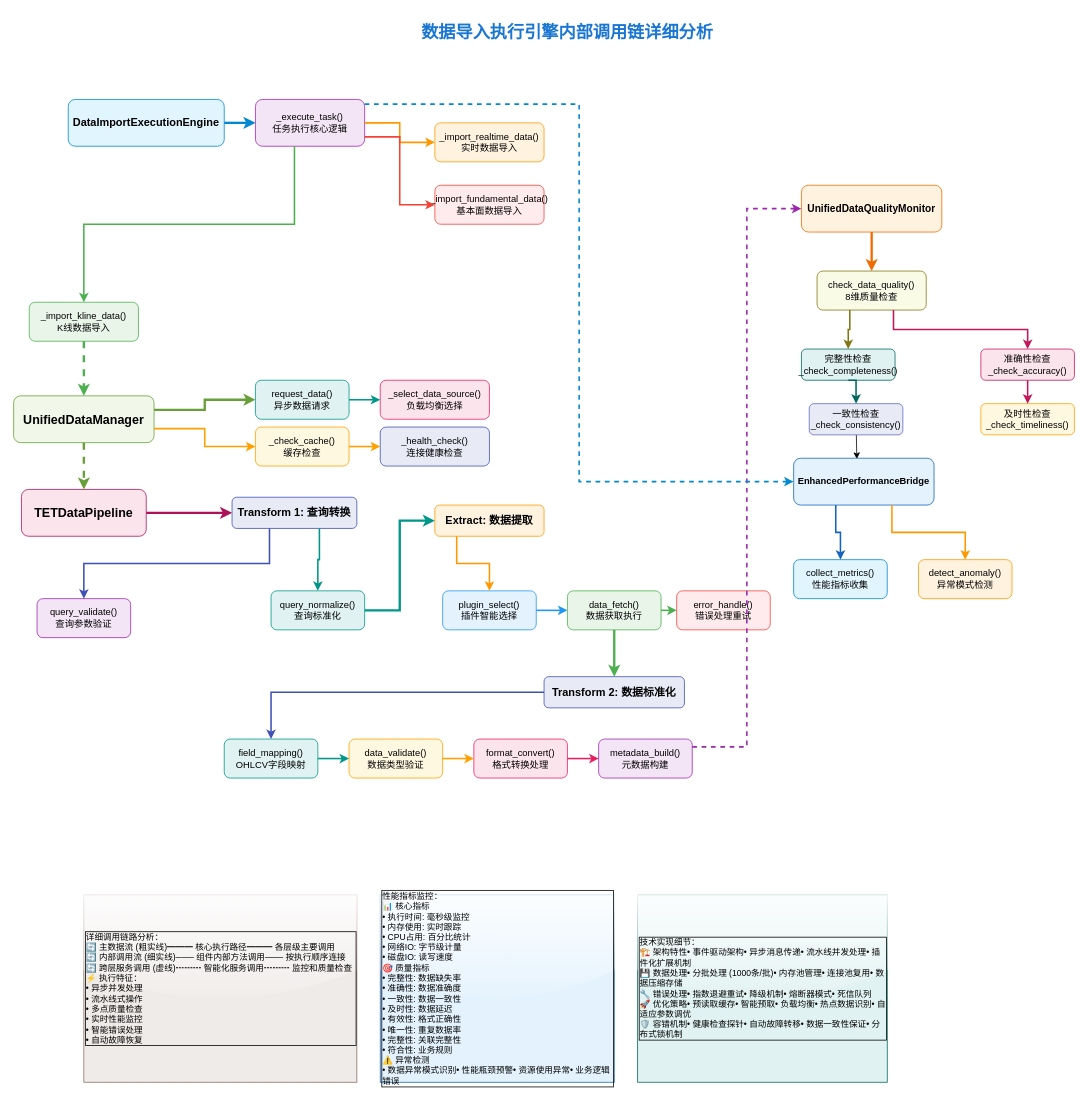
Before: page "修正版调用链分析" (3 of 4) of drawio/DuckDB_TET_Framework_Architecture.drawio in kzqq092-png/houta, a draw.io diagram. Source tidied: cells renumbered, new cells numbered last; positions are measured from the earlier drawing's top-left corner, leaving out a move shared by most shapes. Both pictures are drawn from the tidied source at 78%, with x=0, y=0 at pixel (13, 13).
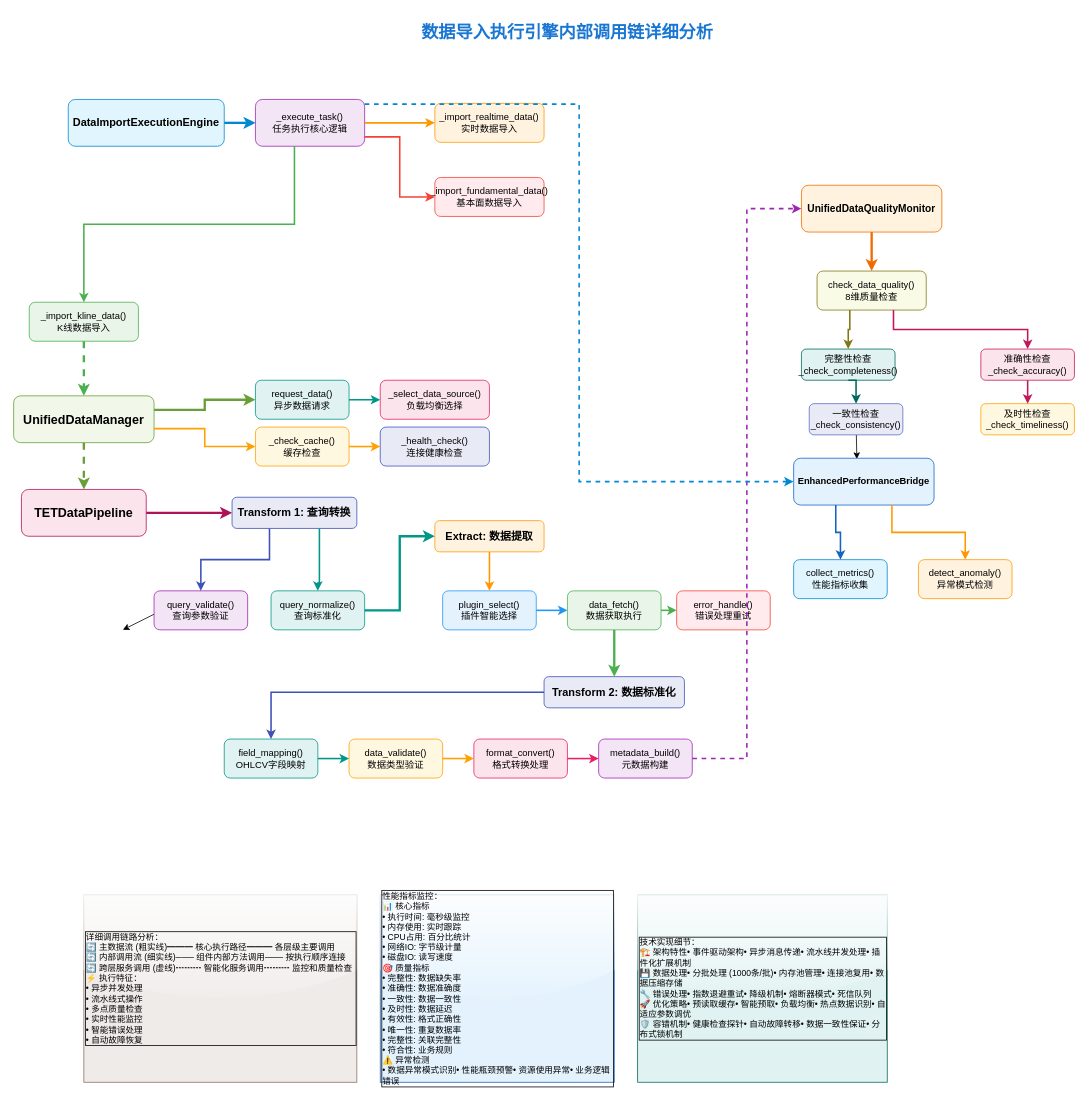
The same diagram, later.

The change refers to these unchanged cells:
```xml
<mxCell id="14" value="Transform 1: 查询转换" style="rounded=1;whiteSpace=wrap;html=1;fillColor=#e8eaf6;strokeColor=#3f51b5;fontColor=#000000;fontSize=14;fontStyle=1;" parent="1" vertex="1">
  <mxGeometry x="280" y="620" width="160" height="40" as="geometry" />
</mxCell>
<mxCell id="17" value="query_normalize()&#10;查询标准化" style="rounded=1;whiteSpace=wrap;html=1;fillColor=#e0f2f1;strokeColor=#009688;fontColor=#000000;" parent="1" vertex="1">
  <mxGeometry x="330" y="740" width="120" height="50" as="geometry" />
</mxCell>
<mxCell id="19" value="plugin_select()&#10;插件智能选择" style="rounded=1;whiteSpace=wrap;html=1;fillColor=#e3f2fd;strokeColor=#2196f3;fontColor=#000000;" parent="1" vertex="1">
  <mxGeometry x="550" y="740" width="120" height="50" as="geometry" />
</mxCell>
<mxCell id="26" value="metadata_build()&#10;元数据构建" style="rounded=1;whiteSpace=wrap;html=1;fillColor=#f3e5f5;strokeColor=#9c27b0;fontColor=#000000;" parent="1" vertex="1">
  <mxGeometry x="750" y="930" width="120" height="50" as="geometry" />
</mxCell>
<mxCell id="27" value="UnifiedDataQualityMonitor" style="rounded=1;whiteSpace=wrap;html=1;fillColor=#fff3e0;strokeColor=#ef6c00;fontColor=#000000;fontSize=13;fontStyle=1;" parent="1" vertex="1">
  <mxGeometry x="1010" y="220" width="180" height="60" as="geometry" />
</mxCell>
```

Change to the diagram source:
```diff
@@
     <mxCell id="6" value="_import_realtime_data()&#10;实时数据导入" style="rounded=1;whiteSpace=wrap;html=1;fillColor=#fff3e0;strokeColor=#ff9800;fontColor=#000000;" parent="1" vertex="1">
-      <mxGeometry x="540" y="140" width="140" height="50" as="geometry" />
+      <mxGeometry x="540" y="115" width="140" height="50" as="geometry" />
     </mxCell>
     <mxCell id="7" value="_import_fundamental_data()&#10;基本面数据导入" style="rounded=1;whiteSpace=wrap;html=1;fillColor=#ffebee;strokeColor=#f44336;fontColor=#000000;" parent="1" vertex="1">
-      <mxGeometry x="540" y="220" width="140" height="50" as="geometry" />
+      <mxGeometry x="540" y="210" width="140" height="50" as="geometry" />
     </mxCell>
@@
     <mxCell id="16" value="query_validate()&#10;查询参数验证" style="rounded=1;whiteSpace=wrap;html=1;fillColor=#f3e5f5;strokeColor=#9c27b0;fontColor=#000000;" parent="1" vertex="1">
-      <mxGeometry x="30" y="750" width="120" height="50" as="geometry" />
+      <mxGeometry x="180" y="740" width="120" height="50" as="geometry" />
     </mxCell>
@@
     <mxCell id="18" value="Extract: 数据提取" style="rounded=1;whiteSpace=wrap;html=1;fillColor=#fff3e0;strokeColor=#ff9800;fontColor=#000000;fontSize=14;fontStyle=1;" parent="1" vertex="1">
-      <mxGeometry x="540" y="630" width="140" height="40" as="geometry" />
+      <mxGeometry x="540" y="650" width="140" height="40" as="geometry" />
     </mxCell>
@@
     <mxCell id="47" style="edgeStyle=orthogonalEdgeStyle;rounded=0;jettySize=auto;html=1;entryX=0.5;entryY=0;entryDx=0;entryDy=0;exitX=0.7;exitY=1;exitDx=0;exitDy=0;strokeColor=#009688;strokeWidth=2;" parent="1" edge="1" source="14" target="17">
-      <mxGeometry relative="1" as="geometry" />
+      <mxGeometry relative="1" as="geometry">
+        <Array as="points">
+          <mxPoint x="392" y="730" />
+          <mxPoint x="390" y="730" />
+        </Array>
+      </mxGeometry>
     </mxCell>
@@
-    <mxCell id="49" style="edgeStyle=orthogonalEdgeStyle;rounded=0;jettySize=auto;html=1;entryX=0.5;entryY=0;entryDx=0;entryDy=0;exitX=0.2;exitY=1;exitDx=0;exitDy=0;strokeColor=#ff9800;strokeWidth=2;" parent="1" edge="1" source="18" target="19">
+    <mxCell id="49" style="edgeStyle=orthogonalEdgeStyle;rounded=0;jettySize=auto;html=1;entryX=0.5;entryY=0;entryDx=0;entryDy=0;strokeColor=#ff9800;strokeWidth=2;" parent="1" edge="1" source="18" target="19">
       <mxGeometry relative="1" as="geometry" />
     </mxCell>
@@
-    <mxCell id="66" style="edgeStyle=orthogonalEdgeStyle;rounded=0;jettySize=auto;html=1;entryX=0;entryY=0.5;entryDx=0;entryDy=0;exitX=1;exitY=0.2;exitDx=0;exitDy=0;strokeColor=#9c27b0;strokeWidth=2;dashed=1;labelBorderColor=none;" parent="1" edge="1" source="26" target="27">
+    <mxCell id="66" style="edgeStyle=orthogonalEdgeStyle;rounded=0;jettySize=auto;html=1;entryX=0;entryY=0.5;entryDx=0;entryDy=0;exitX=1;exitY=0.5;exitDx=0;exitDy=0;strokeColor=#9c27b0;strokeWidth=2;dashed=1;labelBorderColor=none;" parent="1" edge="1" source="26" target="27">
       <mxGeometry relative="1" as="geometry" />
     </mxCell>
```
